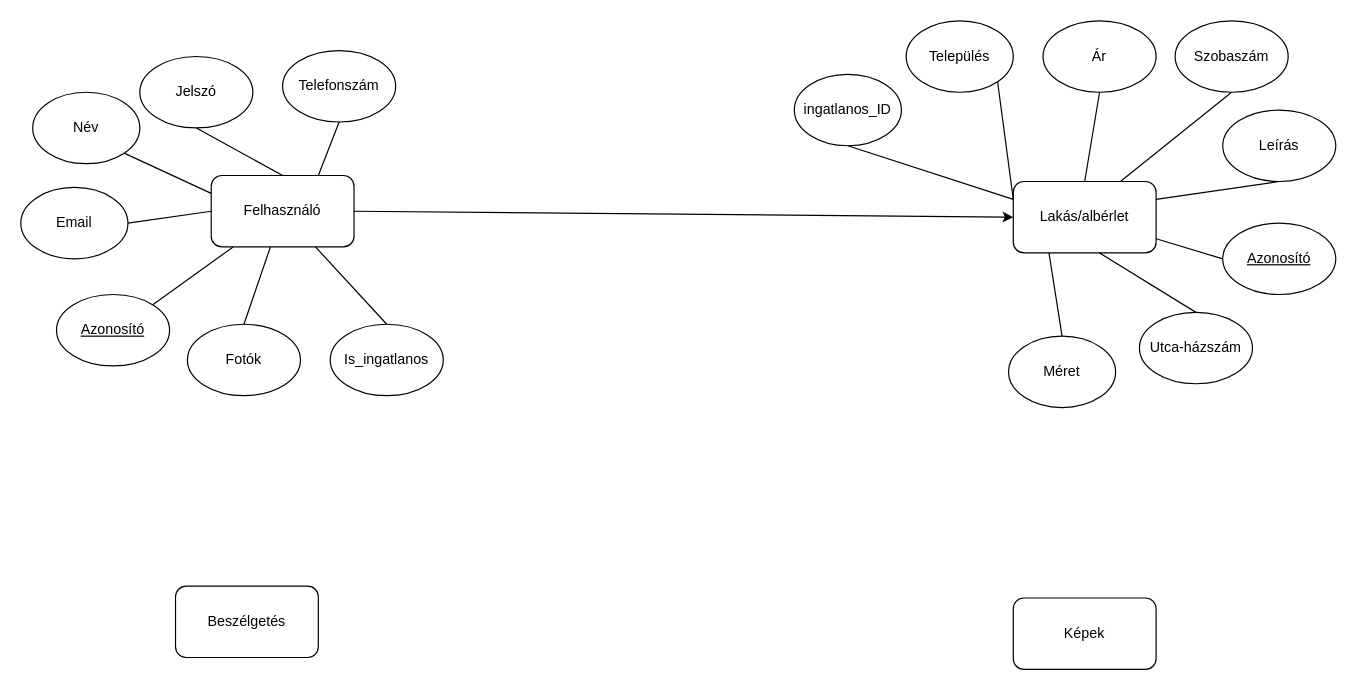
gmilan111/ingatlanos keeps this draw.io diagram as ek_diagramm.drawio. Above is the earlier version. Source tidied: cells renumbered, new cells numbered last; positions are measured from the earlier drawing's top-left corner, leaving out a move shared by most shapes. Both pictures are drawn from the tidied source at 119%, with x=0, y=0 at pixel (20, 20).
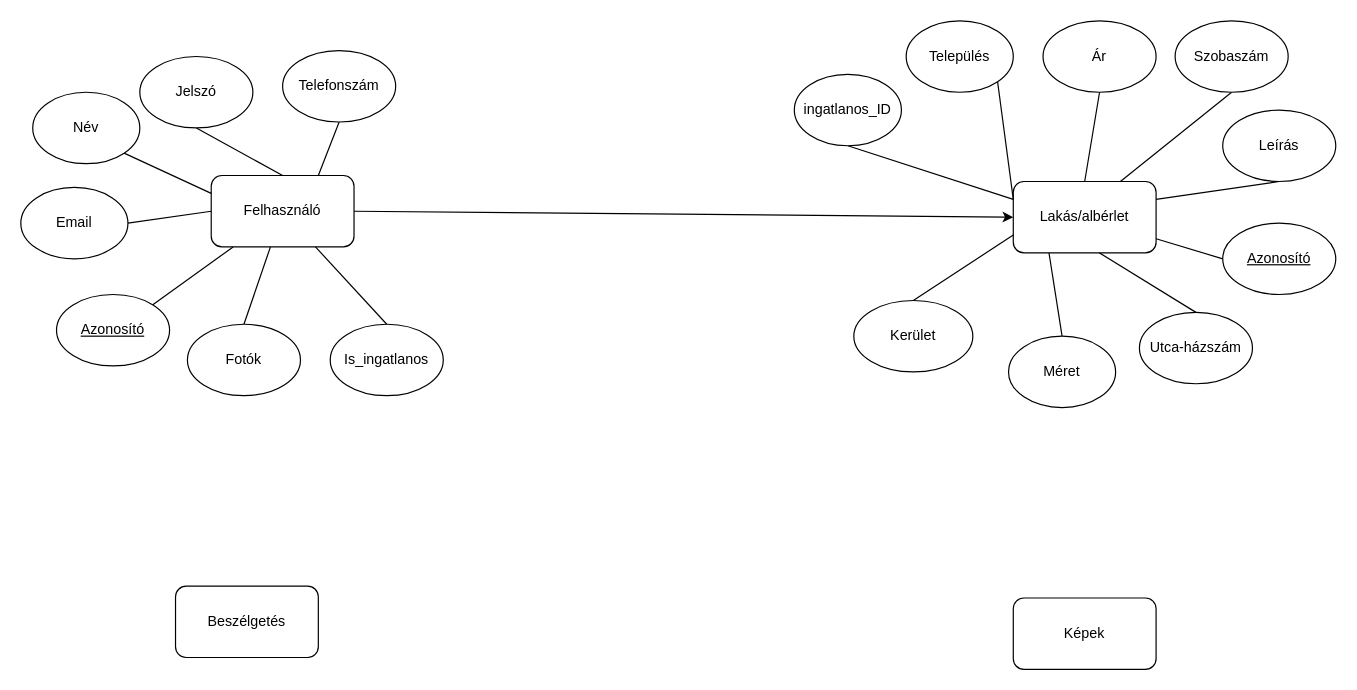
Above is the later version.

Unchanged cells that the change refers to:
```xml
<mxCell id="13" value="Lakás/albérlet" style="rounded=1;whiteSpace=wrap;html=1;" parent="1" vertex="1">
  <mxGeometry x="834" y="135" width="120" height="60" as="geometry" />
</mxCell>
```

What changed in the source:
```diff
@@
+    <mxCell id="37" style="rounded=0;jettySize=auto;html=1;exitX=0.5;exitY=0;exitDx=0;exitDy=0;endArrow=none;endFill=0;entryX=0;entryY=0.75;entryDx=0;entryDy=0;" parent="1" edge="1" source="38" target="13">
+      <mxGeometry relative="1" as="geometry" />
+    </mxCell>
+    <mxCell id="38" value="Kerület" style="ellipse;whiteSpace=wrap;html=1;" parent="1" vertex="1">
+      <mxGeometry x="700" y="235" width="100" height="60" as="geometry" />
+    </mxCell>
```
